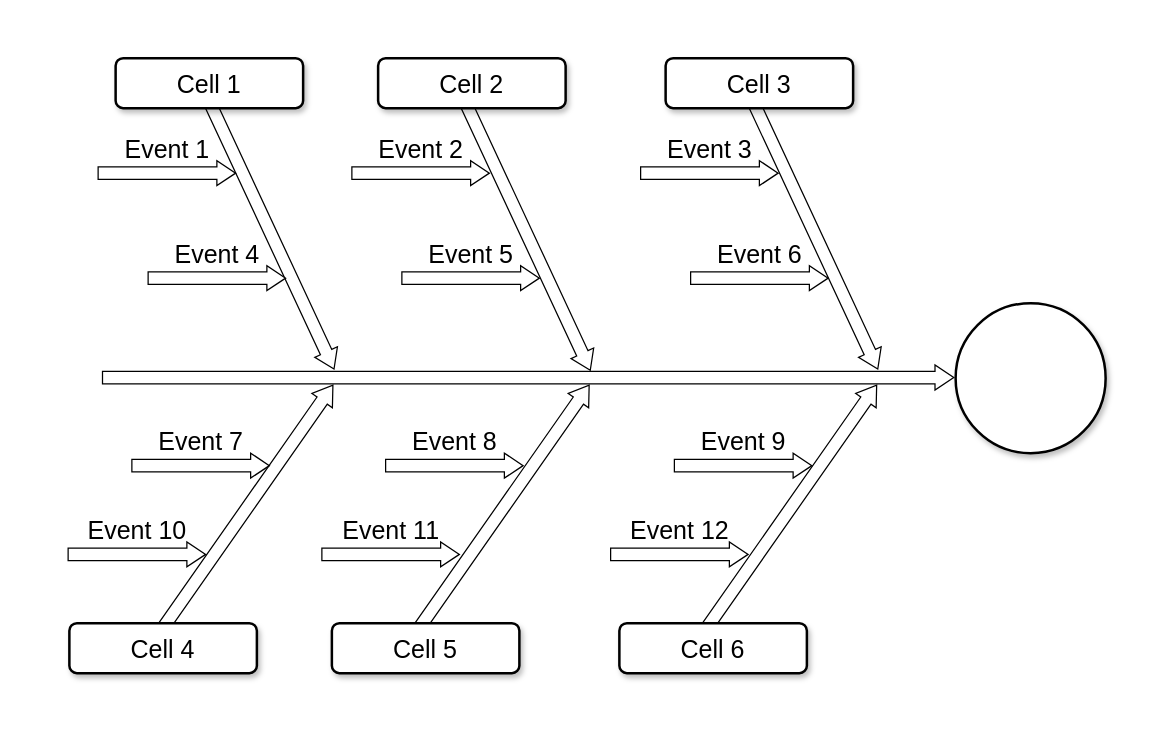
Before: Untitled Diagram.drawio in Carhuas/diagramascarhuas, a draw.io diagram. Source tidied: cells renumbered, new cells numbered last; positions are measured from the earlier drawing's top-left corner, leaving out a move shared by most shapes. Both pictures are drawn from the tidied source at 125%, with x=0, y=0 at pixel (69, -49).
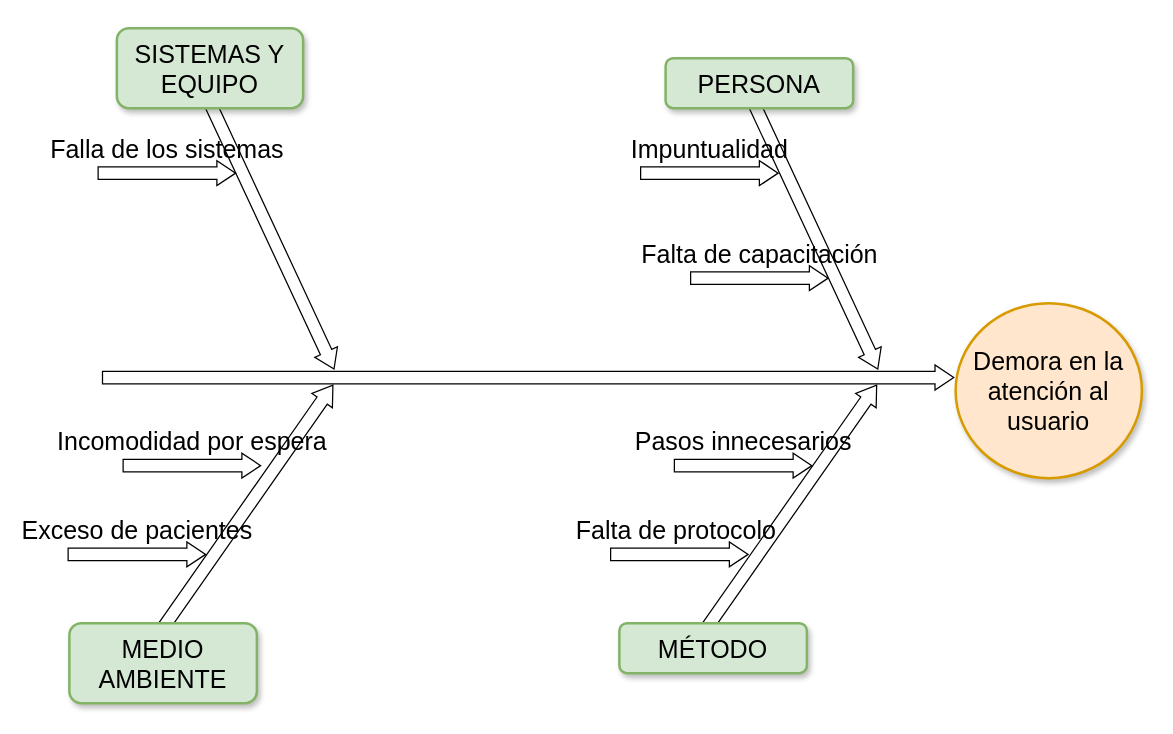
The same page after the edit.

What changed in the source:
```diff
@@
-    <mxCell id="3" style="html=1;shadow=0;dashed=0;align=center;verticalAlign=middle;shape=mxgraph.arrows2.arrow;dy=0.5;dx=15;direction=north;notch=0;rounded=0;strokeWidth=1;fontSize=20;rotation=35;" parent="1" vertex="1">
-      <mxGeometry x="337" y="325" width="20" height="240" as="geometry" />
-    </mxCell>
@@
-    <mxCell id="7" style="html=1;shadow=0;dashed=0;align=center;verticalAlign=middle;shape=mxgraph.arrows2.arrow;dy=0.5;dx=15;direction=north;notch=0;rounded=0;strokeWidth=1;fontSize=20;rotation=155;" parent="1" vertex="1">
-      <mxGeometry x="356" y="106" width="20" height="240" as="geometry" />
-    </mxCell>
@@
-    <mxCell id="9" value="Cell 1" style="rounded=1;whiteSpace=wrap;html=1;shadow=1;strokeWidth=2;fontSize=20;" parent="1" vertex="1">
-      <mxGeometry x="37" y="85" width="150" height="40" as="geometry" />
+    <mxCell id="9" value="SISTEMAS Y EQUIPO" style="rounded=1;whiteSpace=wrap;html=1;shadow=1;strokeWidth=2;fontSize=20;fillColor=#d5e8d4;strokeColor=#82b366;" parent="1" vertex="1">
+      <mxGeometry x="38" y="61" width="149" height="64" as="geometry" />
     </mxCell>
-    <mxCell id="10" value="Cell 2" style="rounded=1;whiteSpace=wrap;html=1;shadow=1;strokeWidth=2;fontSize=20;" parent="1" vertex="1">
-      <mxGeometry x="247" y="85" width="150" height="40" as="geometry" />
-    </mxCell>
-    <mxCell id="11" value="Cell 3" style="rounded=1;whiteSpace=wrap;html=1;shadow=1;strokeWidth=2;fontSize=20;" parent="1" vertex="1">
+    <mxCell id="11" value="PERSONA" style="rounded=1;whiteSpace=wrap;html=1;shadow=1;strokeWidth=2;fontSize=20;fillColor=#d5e8d4;strokeColor=#82b366;" parent="1" vertex="1">
       <mxGeometry x="477" y="85" width="150" height="40" as="geometry" />
     </mxCell>
-    <mxCell id="12" value="Cell 4" style="rounded=1;whiteSpace=wrap;html=1;shadow=1;strokeWidth=2;fontSize=20;" parent="1" vertex="1">
-      <mxGeometry y="537" width="150" height="40" as="geometry" />
+    <mxCell id="12" value="MEDIO AMBIENTE" style="rounded=1;whiteSpace=wrap;html=1;shadow=1;strokeWidth=2;fontSize=20;fillColor=#d5e8d4;strokeColor=#82b366;" parent="1" vertex="1">
+      <mxGeometry y="537" width="150" height="64" as="geometry" />
     </mxCell>
-    <mxCell id="13" value="Cell 5" style="rounded=1;whiteSpace=wrap;html=1;shadow=1;strokeWidth=2;fontSize=20;" parent="1" vertex="1">
-      <mxGeometry x="210" y="537" width="150" height="40" as="geometry" />
-    </mxCell>
-    <mxCell id="14" value="Cell 6" style="rounded=1;whiteSpace=wrap;html=1;shadow=1;strokeWidth=2;fontSize=20;" parent="1" vertex="1">
+    <mxCell id="14" value="MÉTODO" style="rounded=1;whiteSpace=wrap;html=1;shadow=1;strokeWidth=2;fontSize=20;fillColor=#d5e8d4;strokeColor=#82b366;" parent="1" vertex="1">
       <mxGeometry x="440" y="537" width="150" height="40" as="geometry" />
     </mxCell>
-    <mxCell id="15" style="ellipse;whiteSpace=wrap;html=1;rounded=1;shadow=1;strokeWidth=2;fontSize=20;" parent="1" vertex="1">
-      <mxGeometry x="709" y="281" width="120" height="120" as="geometry" />
+    <mxCell id="15" value="Demora en la atención al usuario" style="ellipse;whiteSpace=wrap;html=1;rounded=1;shadow=1;strokeWidth=2;fontSize=20;fillColor=#ffe6cc;strokeColor=#d79b00;" parent="1" vertex="1">
+      <mxGeometry x="709" y="281" width="149" height="140" as="geometry" />
     </mxCell>
-    <mxCell id="16" value="Event 1" style="html=1;shadow=0;dashed=0;align=center;verticalAlign=middle;shape=mxgraph.arrows2.arrow;dy=0.5;dx=15;direction=north;notch=0;rounded=0;strokeWidth=1;fontSize=20;rotation=90;horizontal=0;labelPosition=left;verticalLabelPosition=middle;" parent="1" vertex="1">
+    <mxCell id="16" value="Falla de los sistemas" style="html=1;shadow=0;dashed=0;align=center;verticalAlign=middle;shape=mxgraph.arrows2.arrow;dy=0.5;dx=15;direction=north;notch=0;rounded=0;strokeWidth=1;fontSize=20;rotation=90;horizontal=0;labelPosition=left;verticalLabelPosition=middle;" parent="1" vertex="1">
       <mxGeometry x="68" y="122" width="20" height="110" as="geometry" />
     </mxCell>
-    <mxCell id="17" value="Event 2" style="html=1;shadow=0;dashed=0;align=center;verticalAlign=middle;shape=mxgraph.arrows2.arrow;dy=0.5;dx=15;direction=north;notch=0;rounded=0;strokeWidth=1;fontSize=20;rotation=90;horizontal=0;labelPosition=left;verticalLabelPosition=middle;" parent="1" vertex="1">
-      <mxGeometry x="271" y="122" width="20" height="110" as="geometry" />
-    </mxCell>
-    <mxCell id="18" value="Event 3" style="html=1;shadow=0;dashed=0;align=center;verticalAlign=middle;shape=mxgraph.arrows2.arrow;dy=0.5;dx=15;direction=north;notch=0;rounded=0;strokeWidth=1;fontSize=20;rotation=90;horizontal=0;labelPosition=left;verticalLabelPosition=middle;" parent="1" vertex="1">
+    <mxCell id="18" value="Impuntualidad" style="html=1;shadow=0;dashed=0;align=center;verticalAlign=middle;shape=mxgraph.arrows2.arrow;dy=0.5;dx=15;direction=north;notch=0;rounded=0;strokeWidth=1;fontSize=20;rotation=90;horizontal=0;labelPosition=left;verticalLabelPosition=middle;" parent="1" vertex="1">
       <mxGeometry x="502" y="122" width="20" height="110" as="geometry" />
     </mxCell>
-    <mxCell id="19" value="Event 10" style="html=1;shadow=0;dashed=0;align=center;verticalAlign=middle;shape=mxgraph.arrows2.arrow;dy=0.5;dx=15;direction=north;notch=0;rounded=0;strokeWidth=1;fontSize=20;rotation=90;horizontal=0;labelPosition=left;verticalLabelPosition=middle;" parent="1" vertex="1">
+    <mxCell id="19" value="Exceso de pacientes" style="html=1;shadow=0;dashed=0;align=center;verticalAlign=middle;shape=mxgraph.arrows2.arrow;dy=0.5;dx=15;direction=north;notch=0;rounded=0;strokeWidth=1;fontSize=20;rotation=90;horizontal=0;labelPosition=left;verticalLabelPosition=middle;" parent="1" vertex="1">
       <mxGeometry x="44" y="427" width="20" height="110" as="geometry" />
     </mxCell>
-    <mxCell id="20" value="Event 11" style="html=1;shadow=0;dashed=0;align=center;verticalAlign=middle;shape=mxgraph.arrows2.arrow;dy=0.5;dx=15;direction=north;notch=0;rounded=0;strokeWidth=1;fontSize=20;rotation=90;horizontal=0;labelPosition=left;verticalLabelPosition=middle;" parent="1" vertex="1">
-      <mxGeometry x="247" y="427" width="20" height="110" as="geometry" />
-    </mxCell>
-    <mxCell id="21" value="Event 12" style="html=1;shadow=0;dashed=0;align=center;verticalAlign=middle;shape=mxgraph.arrows2.arrow;dy=0.5;dx=15;direction=north;notch=0;rounded=0;strokeWidth=1;fontSize=20;rotation=90;horizontal=0;labelPosition=left;verticalLabelPosition=middle;" parent="1" vertex="1">
+    <mxCell id="21" value="Falta de protocolo&amp;nbsp;" style="html=1;shadow=0;dashed=0;align=center;verticalAlign=middle;shape=mxgraph.arrows2.arrow;dy=0.5;dx=15;direction=north;notch=0;rounded=0;strokeWidth=1;fontSize=20;rotation=90;horizontal=0;labelPosition=left;verticalLabelPosition=middle;" parent="1" vertex="1">
       <mxGeometry x="478" y="427" width="20" height="110" as="geometry" />
     </mxCell>
-    <mxCell id="22" value="Event 4" style="html=1;shadow=0;dashed=0;align=center;verticalAlign=middle;shape=mxgraph.arrows2.arrow;dy=0.5;dx=15;direction=north;notch=0;rounded=0;strokeWidth=1;fontSize=20;rotation=90;horizontal=0;labelPosition=left;verticalLabelPosition=middle;" parent="1" vertex="1">
-      <mxGeometry x="108" y="206" width="20" height="110" as="geometry" />
-    </mxCell>
-    <mxCell id="23" value="Event 5" style="html=1;shadow=0;dashed=0;align=center;verticalAlign=middle;shape=mxgraph.arrows2.arrow;dy=0.5;dx=15;direction=north;notch=0;rounded=0;strokeWidth=1;fontSize=20;rotation=90;horizontal=0;labelPosition=left;verticalLabelPosition=middle;" parent="1" vertex="1">
-      <mxGeometry x="311" y="206" width="20" height="110" as="geometry" />
-    </mxCell>
-    <mxCell id="24" value="Event 6" style="html=1;shadow=0;dashed=0;align=center;verticalAlign=middle;shape=mxgraph.arrows2.arrow;dy=0.5;dx=15;direction=north;notch=0;rounded=0;strokeWidth=1;fontSize=20;rotation=90;horizontal=0;labelPosition=left;verticalLabelPosition=middle;" parent="1" vertex="1">
+    <mxCell id="24" value="Falta de capacitación" style="html=1;shadow=0;dashed=0;align=center;verticalAlign=middle;shape=mxgraph.arrows2.arrow;dy=0.5;dx=15;direction=north;notch=0;rounded=0;strokeWidth=1;fontSize=20;rotation=90;horizontal=0;labelPosition=left;verticalLabelPosition=middle;" parent="1" vertex="1">
       <mxGeometry x="542" y="206" width="20" height="110" as="geometry" />
     </mxCell>
-    <mxCell id="25" value="Event 7" style="html=1;shadow=0;dashed=0;align=center;verticalAlign=middle;shape=mxgraph.arrows2.arrow;dy=0.5;dx=15;direction=north;notch=0;rounded=0;strokeWidth=1;fontSize=20;rotation=90;horizontal=0;labelPosition=left;verticalLabelPosition=middle;" parent="1" vertex="1">
-      <mxGeometry x="95" y="356" width="20" height="110" as="geometry" />
+    <mxCell id="25" value="Incomodidad por espera" style="html=1;shadow=0;dashed=0;align=center;verticalAlign=middle;shape=mxgraph.arrows2.arrow;dy=0.5;dx=15;direction=north;notch=0;rounded=0;strokeWidth=1;fontSize=20;rotation=90;horizontal=0;labelPosition=left;verticalLabelPosition=middle;" parent="1" vertex="1">
+      <mxGeometry x="88" y="356" width="20" height="110" as="geometry" />
     </mxCell>
-    <mxCell id="26" value="Event 8" style="html=1;shadow=0;dashed=0;align=center;verticalAlign=middle;shape=mxgraph.arrows2.arrow;dy=0.5;dx=15;direction=north;notch=0;rounded=0;strokeWidth=1;fontSize=20;rotation=90;horizontal=0;labelPosition=left;verticalLabelPosition=middle;" parent="1" vertex="1">
-      <mxGeometry x="298" y="356" width="20" height="110" as="geometry" />
-    </mxCell>
-    <mxCell id="27" value="Event 9" style="html=1;shadow=0;dashed=0;align=center;verticalAlign=middle;shape=mxgraph.arrows2.arrow;dy=0.5;dx=15;direction=north;notch=0;rounded=0;strokeWidth=1;fontSize=20;rotation=90;horizontal=0;labelPosition=left;verticalLabelPosition=middle;" parent="1" vertex="1">
+    <mxCell id="27" value="Pasos innecesarios" style="html=1;shadow=0;dashed=0;align=center;verticalAlign=middle;shape=mxgraph.arrows2.arrow;dy=0.5;dx=15;direction=north;notch=0;rounded=0;strokeWidth=1;fontSize=20;rotation=90;horizontal=0;labelPosition=left;verticalLabelPosition=middle;" parent="1" vertex="1">
       <mxGeometry x="529" y="356" width="20" height="110" as="geometry" />
     </mxCell>
```
